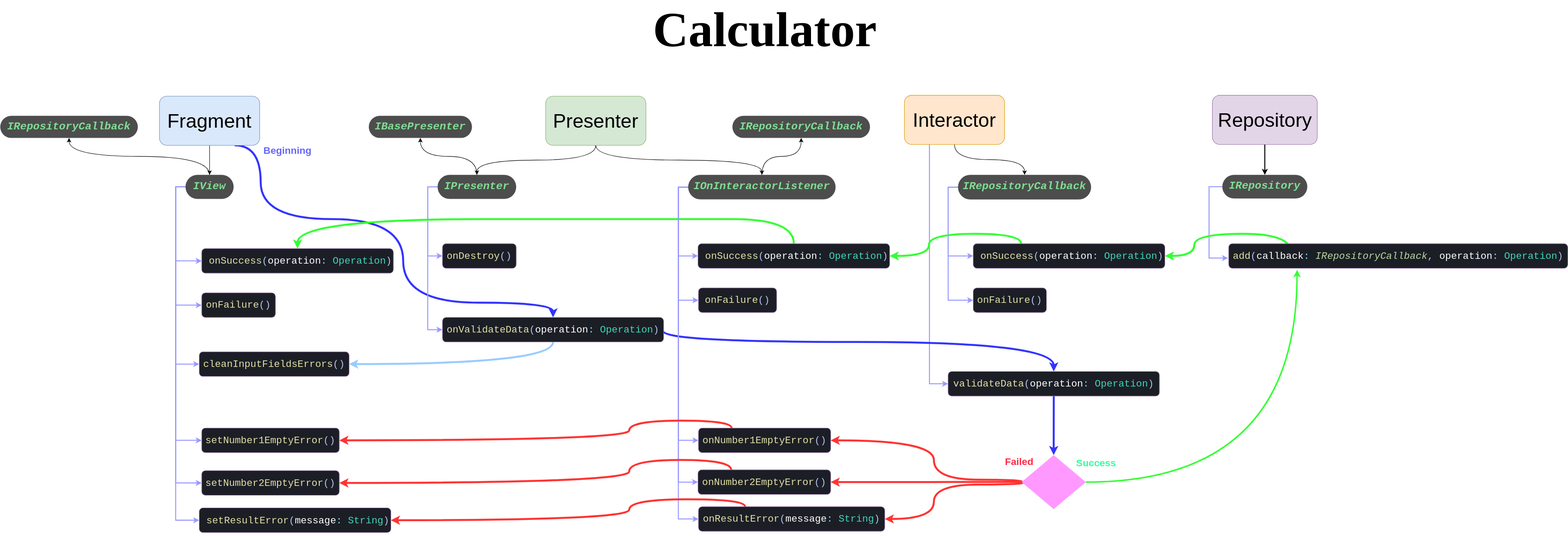
Before: MVP Calculator Scheme.svg, a diagram exported from draw.io (ElianFabian/android-mvp-calculator). Source tidied: cells renumbered, new cells last; positions are measured from the earlier drawing's top-left corner, leaving out a move shared by most shapes.
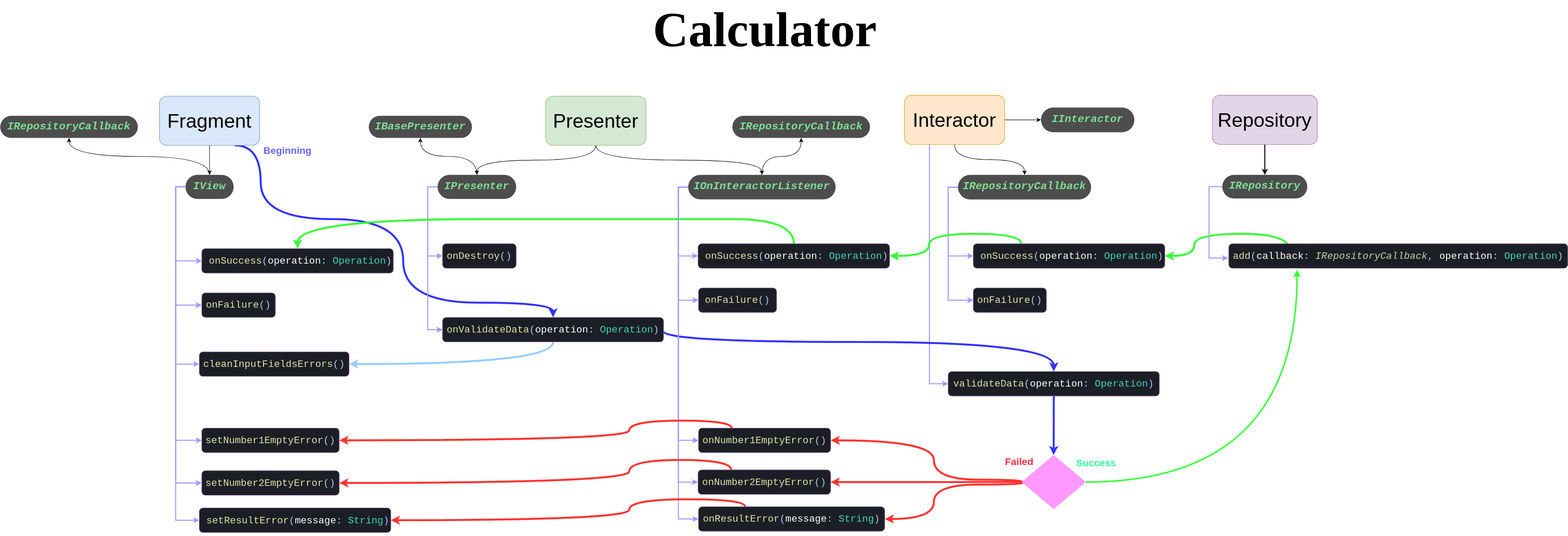
Above is the later version.

The edit, as a diff of the source:
```diff
@@ -275,6 +275,9 @@
     <mxCell id="68" value="&lt;pre&gt;&lt;font style=&quot;font-size: 40px&quot; face=&quot;Helvetica&quot;&gt;Presenter&lt;/font&gt;&lt;/pre&gt;" style="rounded=1;whiteSpace=wrap;html=1;fillColor=#d5e8d4;strokeColor=#82b366;" parent="1" vertex="1">
       <mxGeometry x="1110" y="165" width="204" height="100" as="geometry" />
     </mxCell>
+    <mxCell id="76" style="edgeStyle=orthogonalEdgeStyle;rounded=0;jettySize=auto;html=1;" parent="1" edge="1" source="69" target="77">
+      <mxGeometry relative="1" as="geometry" />
+    </mxCell>
     <mxCell id="69" value="&lt;pre&gt;&lt;font style=&quot;font-size: 40px&quot; face=&quot;Helvetica&quot;&gt;Interactor&lt;/font&gt;&lt;/pre&gt;" style="rounded=1;whiteSpace=wrap;html=1;fillColor=#ffe6cc;strokeColor=#d79b00;" parent="1" vertex="1">
       <mxGeometry x="1840" y="163.2" width="204" height="100" as="geometry" />
     </mxCell>
@@ -296,5 +299,8 @@
     <mxCell id="75" value="&lt;b style=&quot;font-size: 20px&quot;&gt;&lt;font style=&quot;font-size: 20px&quot; color=&quot;#6666ff&quot;&gt;Beginning&lt;/font&gt;&lt;/b&gt;" style="text;html=1;strokeColor=none;fillColor=none;align=center;verticalAlign=middle;whiteSpace=wrap;rounded=0;shadow=0;glass=0;sketch=0;fontSize=20;" parent="1" vertex="1">
       <mxGeometry x="540" y="265" width="90" height="20" as="geometry" />
     </mxCell>
+    <mxCell id="77" value="&lt;pre style=&quot;font-family: &amp;#34;jetbrains mono&amp;#34; , monospace ; font-size: 22px&quot;&gt;&lt;span style=&quot;font-style: italic ; font-size: 22px&quot;&gt;&lt;span style=&quot;font-size: 22px&quot;&gt;&lt;font style=&quot;font-size: 22px&quot;&gt;IInteractor&lt;/font&gt;&lt;/span&gt;&lt;/span&gt;&lt;/pre&gt;" style="rounded=1;whiteSpace=wrap;html=1;strokeWidth=1;arcSize=50;fontSize=22;fontColor=#7EDE92;fontStyle=1;strokeColor=none;fillColor=#4D4D4D;" parent="1" vertex="1">
+      <mxGeometry x="2118" y="188.1" width="190" height="50.2" as="geometry" />
+    </mxCell>
   </root>
 </mxGraphModel>
```
